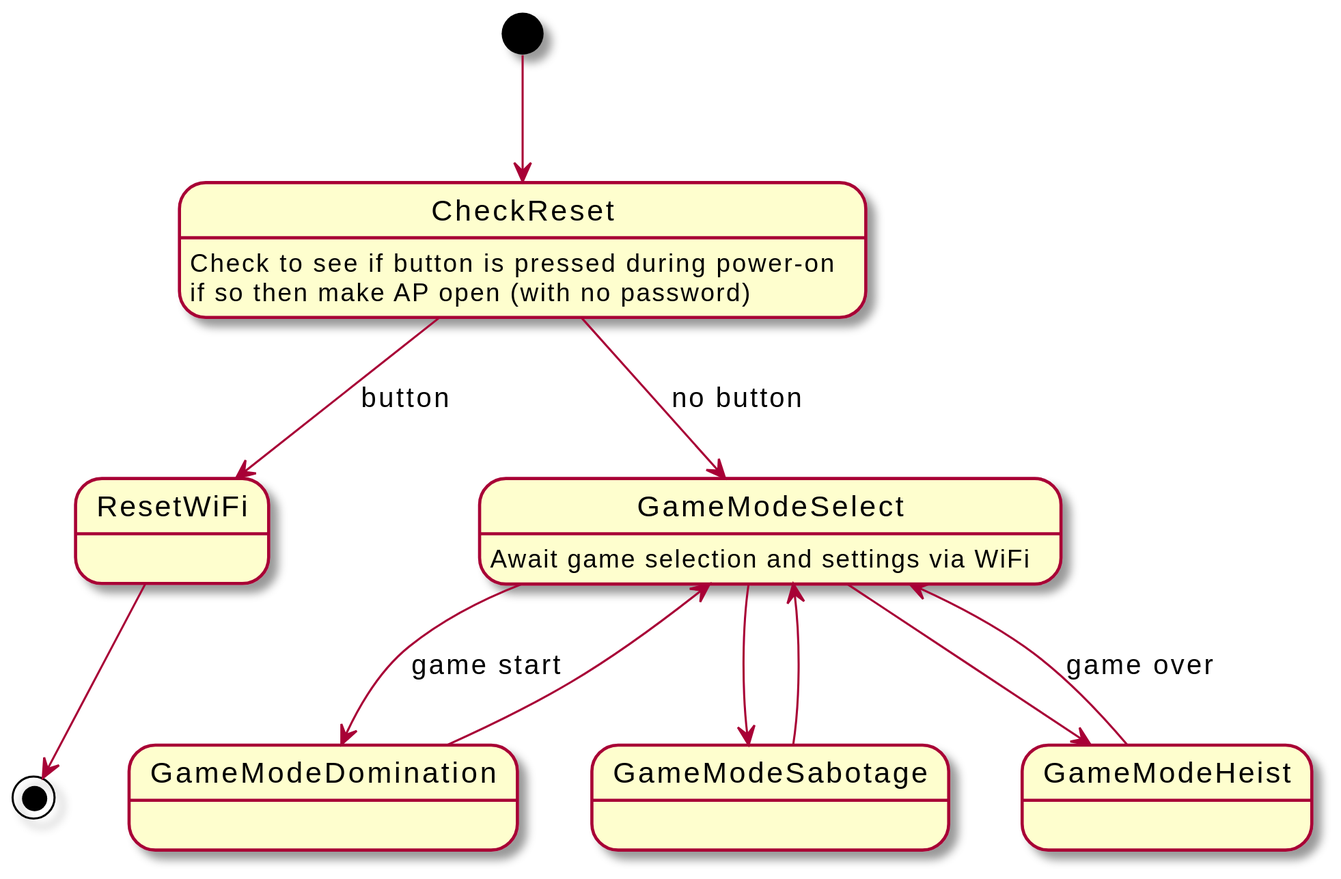
This is docs/core/game_modes.svg from hackerceo/milsim-prop-alpha, a PlantUML export, as it was before one commit. The source it was exported from:
```plantuml
@startuml
scale 1400 width
[*] --> CheckReset
CheckReset : Check to see if button is pressed during power-on
CheckReset : if so then make AP open (with no password)
CheckReset --> ResetWiFi : button
ResetWiFi --> [*]

CheckReset --> GameModeSelect : no button
GameModeSelect : Await game selection and settings via WiFi
GameModeSelect --> GameModeDomination : game start
GameModeSelect --> GameModeSabotage
GameModeSelect --> GameModeHeist
GameModeDomination --> GameModeSelect
GameModeSabotage --> GameModeSelect
GameModeHeist --> GameModeSelect : game over
@enduml
```
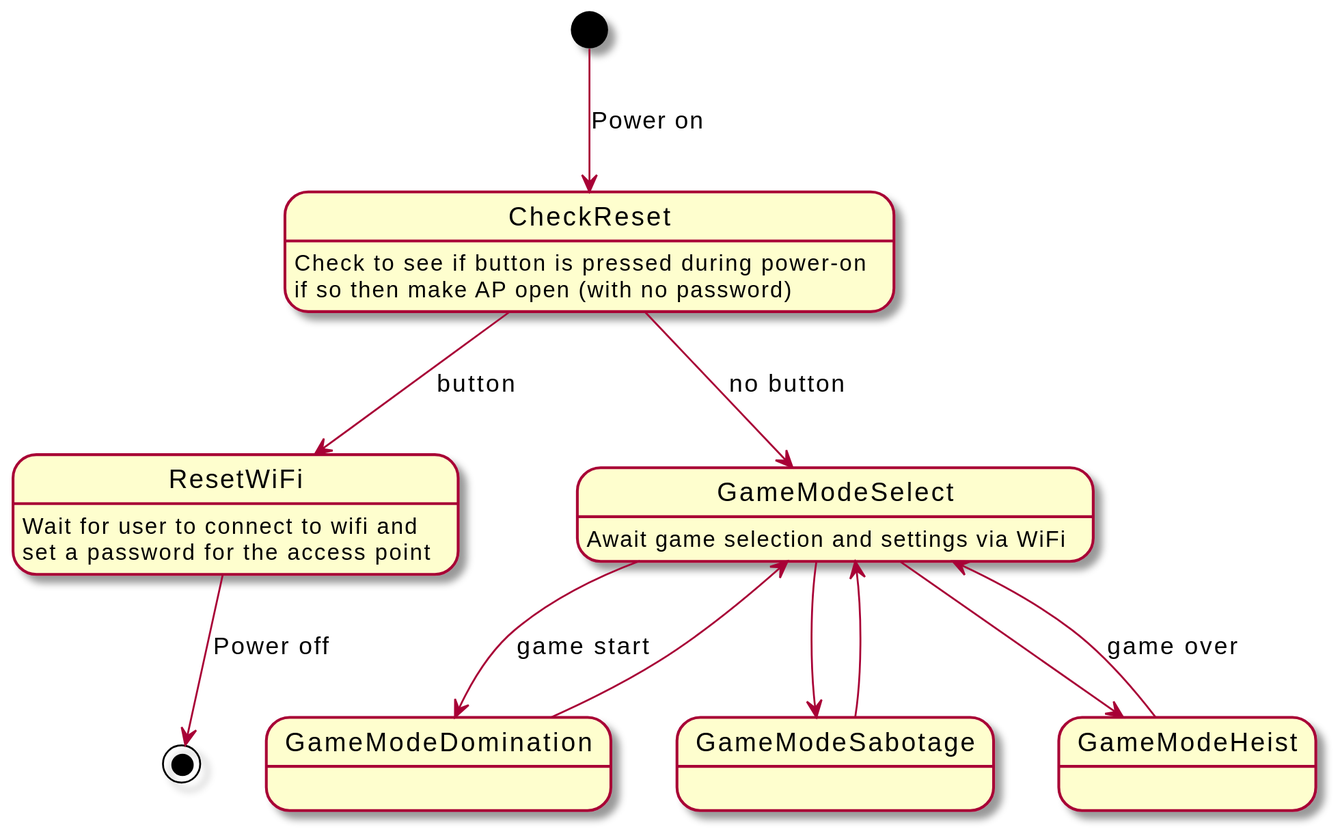
The same diagram one commit later.

What changed in the source:
```diff
@@ -1,10 +1,12 @@
 @startuml
 scale 1400 width
-[*] --> CheckReset
+[*] --> CheckReset : Power on
 CheckReset : Check to see if button is pressed during power-on
 CheckReset : if so then make AP open (with no password)
 CheckReset --> ResetWiFi : button
-ResetWiFi --> [*]
+ResetWiFi : Wait for user to connect to wifi and
+ResetWiFi : set a password for the access point
+ResetWiFi --> [*] : Power off
 
 CheckReset --> GameModeSelect : no button
 GameModeSelect : Await game selection and settings via WiFi
```
